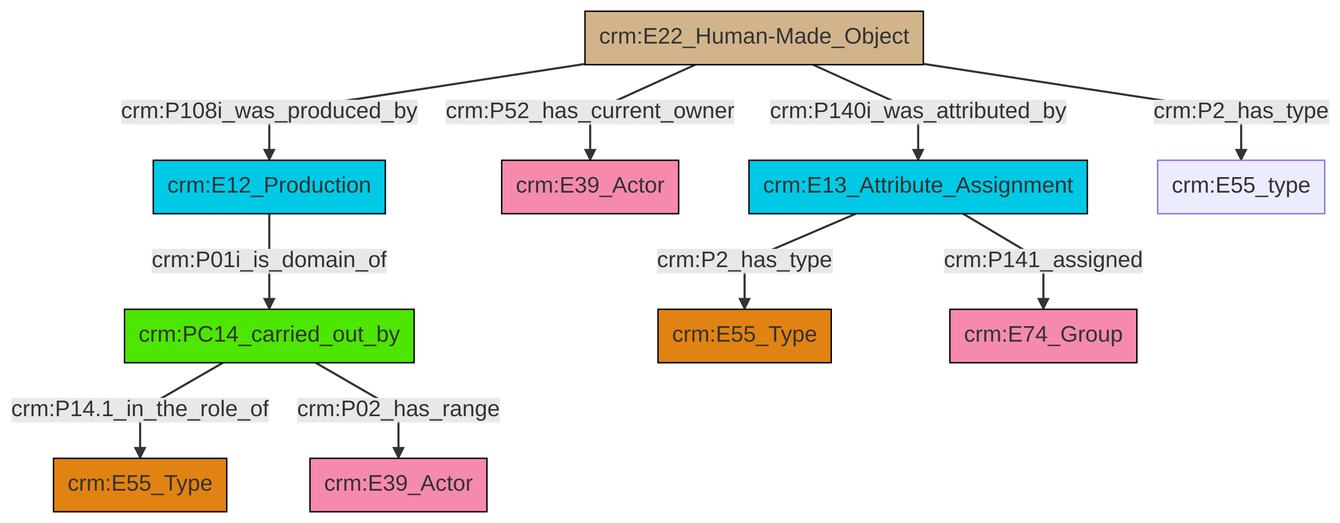
Earlier version of the Mermaid export et/builtWorkCSV/ttl/mmd/png/Built_Work_actor_relations.png (swiss-art-research-net/docs.swissartresearch). Its source is kept beside it as et/builtWorkCSV/ttl/mmd/Built_Work_actor_relations.ttl.mmd.
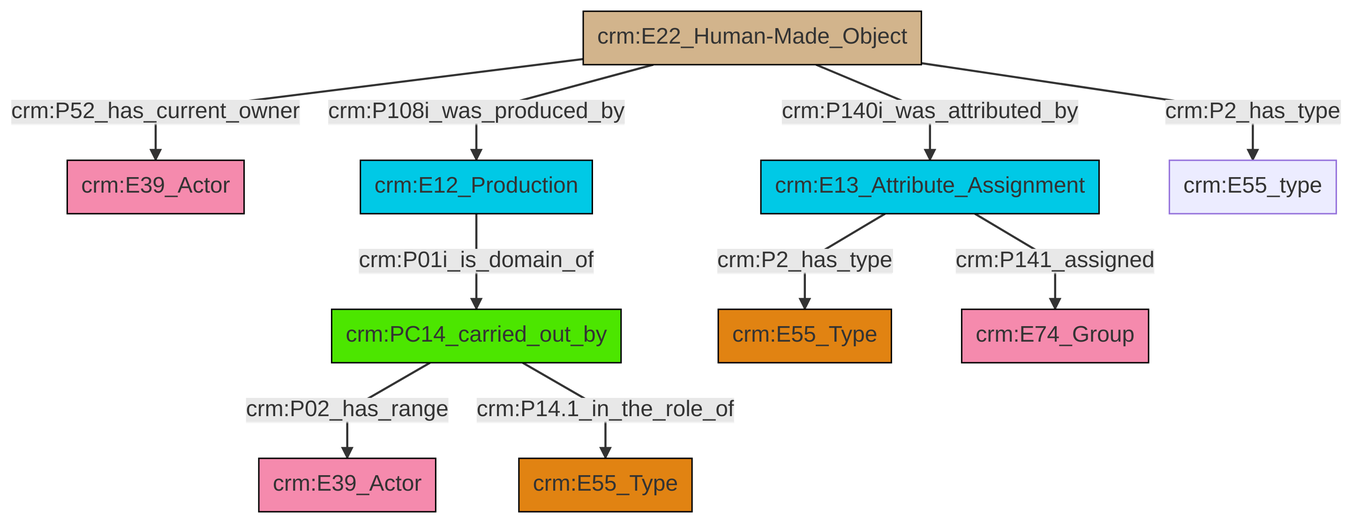
After the commit.

Diff of the diagram source:
```diff
@@ -13,12 +13,12 @@
 classDef PC_Classes fill:#4ce600, stroke:#000000;
 classDef Multi fill:#cccccc,stroke:#000000;
 
-2["crm:PC14_carried_out_by"]:::PC_Classes -->|crm:P14.1_in_the_role_of| 3["crm:E55_Type"]:::Type
-4["crm:E22_Human-Made_Object"]:::Physical_Thing -->|crm:P108i_was_produced_by| 5["crm:E12_Production"]:::Temporal_Entity
-2["crm:PC14_carried_out_by"]:::PC_Classes -->|crm:P02_has_range| 11["crm:E39_Actor"]:::Actor
-6["crm:E13_Attribute_Assignment"]:::Temporal_Entity -->|crm:P2_has_type| 0["crm:E55_Type"]:::Type
-6["crm:E13_Attribute_Assignment"]:::Temporal_Entity -->|crm:P141_assigned| 8["crm:E74_Group"]:::Actor
-4["crm:E22_Human-Made_Object"]:::Physical_Thing -->|crm:P52_has_current_owner| 14["crm:E39_Actor"]:::Actor
-4["crm:E22_Human-Made_Object"]:::Physical_Thing -->|crm:P140i_was_attributed_by| 6["crm:E13_Attribute_Assignment"]:::Temporal_Entity
-5["crm:E12_Production"]:::Temporal_Entity -->|crm:P01i_is_domain_of| 2["crm:PC14_carried_out_by"]:::PC_Classes
-4["crm:E22_Human-Made_Object"]:::Physical_Thing -->|crm:P2_has_type| 15["crm:E55_type"]:::Default
+2["crm:E22_Human-Made_Object"]:::Physical_Thing -->|crm:P52_has_current_owner| 3["crm:E39_Actor"]:::Actor
+2["crm:E22_Human-Made_Object"]:::Physical_Thing -->|crm:P108i_was_produced_by| 4["crm:E12_Production"]:::Temporal_Entity
+0["crm:PC14_carried_out_by"]:::PC_Classes -->|crm:P02_has_range| 5["crm:E39_Actor"]:::Actor
+10["crm:E13_Attribute_Assignment"]:::Temporal_Entity -->|crm:P141_assigned| 11["crm:E74_Group"]:::Actor
+10["crm:E13_Attribute_Assignment"]:::Temporal_Entity -->|crm:P2_has_type| 8["crm:E55_Type"]:::Type
+0["crm:PC14_carried_out_by"]:::PC_Classes -->|crm:P14.1_in_the_role_of| 6["crm:E55_Type"]:::Type
+2["crm:E22_Human-Made_Object"]:::Physical_Thing -->|crm:P140i_was_attributed_by| 10["crm:E13_Attribute_Assignment"]:::Temporal_Entity
+4["crm:E12_Production"]:::Temporal_Entity -->|crm:P01i_is_domain_of| 0["crm:PC14_carried_out_by"]:::PC_Classes
+2["crm:E22_Human-Made_Object"]:::Physical_Thing -->|crm:P2_has_type| 13["crm:E55_type"]:::Default
```
